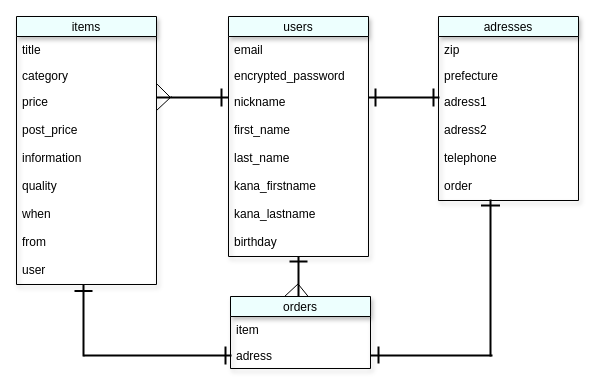
The draw.io diagram db.dio in RogerSi666/furima-38008, before the edit. Source tidied: cells renumbered, new cells numbered last; positions are measured from the earlier drawing's top-left corner, leaving out a move shared by most shapes. Both pictures are drawn from the tidied source at 100%, with x=0, y=0 at pixel (16, 16).
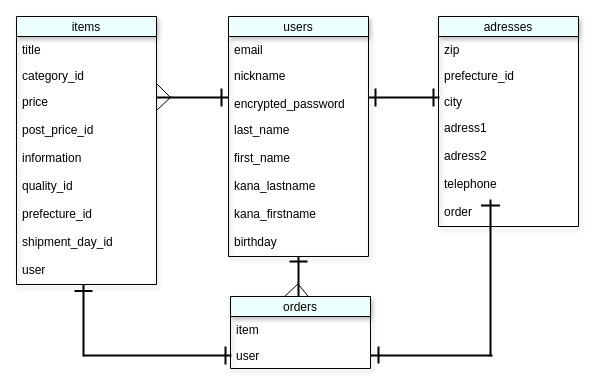
The same diagram, later.

Commit message (it also covers changes not shown here):
データベース修正

Unchanged cells that the change refers to:
```xml
<mxCell id="2" value="items" style="swimlane;fontStyle=0;horizontal=1;startSize=20;fillColor=#EDFFFE;shadow=1;" parent="1" vertex="1">
  <mxGeometry width="140" height="268" as="geometry" />
</mxCell>
<mxCell id="12" value="users" style="swimlane;fontStyle=0;horizontal=1;startSize=20;fillColor=#EDFFFE;shadow=1;" parent="1" vertex="1">
  <mxGeometry x="212" width="140" height="240" as="geometry" />
</mxCell>
<mxCell id="28" value="orders" style="swimlane;fontStyle=0;horizontal=1;startSize=20;fillColor=#EDFFFE;shadow=1;" parent="1" vertex="1">
  <mxGeometry x="214" y="280" width="140" height="72" as="geometry" />
</mxCell>
```

What changed in the source:
```diff
@@
-    <mxCell id="4" value="category" style="text;strokeColor=none;fillColor=none;align=left;verticalAlign=top;spacingLeft=4;spacingRight=4;overflow=hidden;points=[[0,0.5],[1,0.5]];portConstraint=eastwest;" parent="2" vertex="1">
+    <mxCell id="4" value="category_id" style="text;strokeColor=none;fillColor=none;align=left;verticalAlign=top;spacingLeft=4;spacingRight=4;overflow=hidden;points=[[0,0.5],[1,0.5]];portConstraint=eastwest;" parent="2" vertex="1">
       <mxGeometry y="46" width="140" height="26" as="geometry" />
     </mxCell>
@@
-    <mxCell id="6" value="post_price" style="text;strokeColor=none;fillColor=none;align=left;verticalAlign=top;spacingLeft=4;spacingRight=4;overflow=hidden;" parent="2" vertex="1">
+    <mxCell id="6" value="post_price_id" style="text;strokeColor=none;fillColor=none;align=left;verticalAlign=top;spacingLeft=4;spacingRight=4;overflow=hidden;" parent="2" vertex="1">
       <mxGeometry y="100" width="140" height="28" as="geometry" />
     </mxCell>
@@
-    <mxCell id="8" value="quality" style="text;strokeColor=none;fillColor=none;align=left;verticalAlign=top;spacingLeft=4;spacingRight=4;overflow=hidden;" parent="2" vertex="1">
+    <mxCell id="8" value="quality_id" style="text;strokeColor=none;fillColor=none;align=left;verticalAlign=top;spacingLeft=4;spacingRight=4;overflow=hidden;" parent="2" vertex="1">
       <mxGeometry y="156" width="140" height="28" as="geometry" />
     </mxCell>
+    <mxCell id="10" value="prefecture_id" style="text;strokeColor=none;fillColor=none;align=left;verticalAlign=top;spacingLeft=4;spacingRight=4;overflow=hidden;" parent="2" vertex="1">
+      <mxGeometry y="184" width="140" height="28" as="geometry" />
+    </mxCell>
-    <mxCell id="9" value="when" style="text;strokeColor=none;fillColor=none;align=left;verticalAlign=top;spacingLeft=4;spacingRight=4;overflow=hidden;" parent="2" vertex="1">
-      <mxGeometry y="184" width="140" height="28" as="geometry" />
+    <mxCell id="9" value="shipment_day_id" style="text;strokeColor=none;fillColor=none;align=left;verticalAlign=top;spacingLeft=4;spacingRight=4;overflow=hidden;" parent="2" vertex="1">
+      <mxGeometry y="212" width="140" height="28" as="geometry" />
     </mxCell>
-    <mxCell id="10" value="from" style="text;strokeColor=none;fillColor=none;align=left;verticalAlign=top;spacingLeft=4;spacingRight=4;overflow=hidden;" parent="2" vertex="1">
-      <mxGeometry y="212" width="140" height="28" as="geometry" />
-    </mxCell>
@@
+    <mxCell id="15" value="nickname" style="text;strokeColor=none;fillColor=none;align=left;verticalAlign=top;spacingLeft=4;spacingRight=4;overflow=hidden;" parent="12" vertex="1">
+      <mxGeometry y="46" width="140" height="28" as="geometry" />
+    </mxCell>
     <mxCell id="14" value="encrypted_password" style="text;strokeColor=none;fillColor=none;align=left;verticalAlign=top;spacingLeft=4;spacingRight=4;overflow=hidden;" parent="12" vertex="1">
-      <mxGeometry y="46" width="140" height="26" as="geometry" />
+      <mxGeometry y="74" width="140" height="26" as="geometry" />
     </mxCell>
-    <mxCell id="15" value="nickname" style="text;strokeColor=none;fillColor=none;align=left;verticalAlign=top;spacingLeft=4;spacingRight=4;overflow=hidden;" parent="12" vertex="1">
-      <mxGeometry y="72" width="140" height="28" as="geometry" />
-    </mxCell>
+    <mxCell id="17" value="last_name" style="text;strokeColor=none;fillColor=none;align=left;verticalAlign=top;spacingLeft=4;spacingRight=4;overflow=hidden;" parent="12" vertex="1">
+      <mxGeometry y="100" width="140" height="28" as="geometry" />
+    </mxCell>
     <mxCell id="16" value="first_name" style="text;strokeColor=none;fillColor=none;align=left;verticalAlign=top;spacingLeft=4;spacingRight=4;overflow=hidden;" parent="12" vertex="1">
-      <mxGeometry y="100" width="140" height="28" as="geometry" />
+      <mxGeometry y="128" width="140" height="28" as="geometry" />
     </mxCell>
-    <mxCell id="17" value="last_name" style="text;strokeColor=none;fillColor=none;align=left;verticalAlign=top;spacingLeft=4;spacingRight=4;overflow=hidden;" parent="12" vertex="1">
-      <mxGeometry y="128" width="140" height="28" as="geometry" />
-    </mxCell>
+    <mxCell id="19" value="kana_lastname" style="text;strokeColor=none;fillColor=none;align=left;verticalAlign=top;spacingLeft=4;spacingRight=4;overflow=hidden;" parent="12" vertex="1">
+      <mxGeometry y="156" width="140" height="28" as="geometry" />
+    </mxCell>
     <mxCell id="18" value="kana_firstname" style="text;strokeColor=none;fillColor=none;align=left;verticalAlign=top;spacingLeft=4;spacingRight=4;overflow=hidden;" parent="12" vertex="1">
-      <mxGeometry y="156" width="140" height="28" as="geometry" />
+      <mxGeometry y="184" width="140" height="28" as="geometry" />
     </mxCell>
-    <mxCell id="19" value="kana_lastname" style="text;strokeColor=none;fillColor=none;align=left;verticalAlign=top;spacingLeft=4;spacingRight=4;overflow=hidden;" parent="12" vertex="1">
-      <mxGeometry y="184" width="140" height="28" as="geometry" />
-    </mxCell>
@@
     <mxCell id="21" value="adresses" style="swimlane;fontStyle=0;horizontal=1;startSize=20;fillColor=#EDFFFE;shadow=1;" parent="1" vertex="1">
-      <mxGeometry x="422" width="140" height="184" as="geometry" />
+      <mxGeometry x="422" width="140" height="210" as="geometry" />
     </mxCell>
@@
-    <mxCell id="23" value="prefecture" style="text;strokeColor=none;fillColor=none;align=left;verticalAlign=top;spacingLeft=4;spacingRight=4;overflow=hidden;" parent="21" vertex="1">
+    <mxCell id="23" value="prefecture_id" style="text;strokeColor=none;fillColor=none;align=left;verticalAlign=top;spacingLeft=4;spacingRight=4;overflow=hidden;" parent="21" vertex="1">
       <mxGeometry y="46" width="140" height="26" as="geometry" />
     </mxCell>
+    <mxCell id="50" value="city" style="text;strokeColor=none;fillColor=none;align=left;verticalAlign=top;spacingLeft=4;spacingRight=4;overflow=hidden;" parent="21" vertex="1">
+      <mxGeometry y="72" width="140" height="26" as="geometry" />
+    </mxCell>
     <mxCell id="24" value="adress1" style="text;strokeColor=none;fillColor=none;align=left;verticalAlign=top;spacingLeft=4;spacingRight=4;overflow=hidden;" parent="21" vertex="1">
-      <mxGeometry y="72" width="140" height="28" as="geometry" />
+      <mxGeometry y="98" width="140" height="28" as="geometry" />
     </mxCell>
     <mxCell id="25" value="adress2" style="text;strokeColor=none;fillColor=none;align=left;verticalAlign=top;spacingLeft=4;spacingRight=4;overflow=hidden;" parent="21" vertex="1">
-      <mxGeometry y="100" width="140" height="28" as="geometry" />
+      <mxGeometry y="126" width="140" height="28" as="geometry" />
     </mxCell>
     <mxCell id="26" value="telephone" style="text;strokeColor=none;fillColor=none;align=left;verticalAlign=top;spacingLeft=4;spacingRight=4;overflow=hidden;" parent="21" vertex="1">
-      <mxGeometry y="128" width="140" height="28" as="geometry" />
+      <mxGeometry y="154" width="140" height="28" as="geometry" />
     </mxCell>
     <mxCell id="27" value="order&#10;" style="text;strokeColor=none;fillColor=none;align=left;verticalAlign=top;spacingLeft=4;spacingRight=4;overflow=hidden;" parent="21" vertex="1">
-      <mxGeometry y="156" width="140" height="28" as="geometry" />
+      <mxGeometry y="182" width="140" height="28" as="geometry" />
     </mxCell>
@@
-    <mxCell id="31" value="adress" style="text;strokeColor=none;fillColor=none;align=left;verticalAlign=top;spacingLeft=4;spacingRight=4;overflow=hidden;" parent="28" vertex="1">
+    <mxCell id="31" value="user" style="text;strokeColor=none;fillColor=none;align=left;verticalAlign=top;spacingLeft=4;spacingRight=4;overflow=hidden;" parent="28" vertex="1">
       <mxGeometry y="46" width="140" height="26" as="geometry" />
     </mxCell>
```
